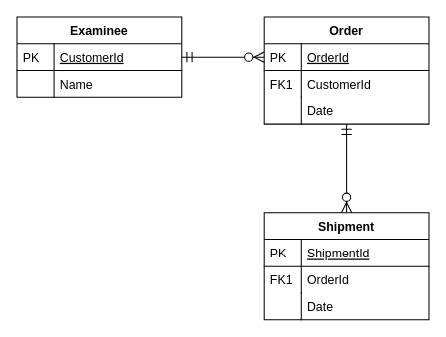
Before: ScoreDB.drawio in lry198010/rbttda, a draw.io diagram. Source tidied: cells renumbered, new cells numbered last; positions are measured from the earlier drawing's top-left corner, leaving out a move shared by most shapes. Both pictures are drawn from the tidied source at 103%, with x=0, y=0 at pixel (16, 16).
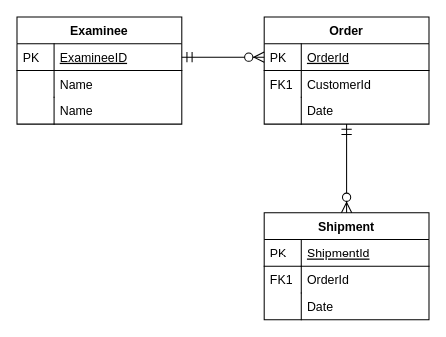
The same diagram, later.

Diff of the diagram source:
```diff
@@
     <mxCell id="2" value="Examinee" style="swimlane;fontStyle=1;horizontal=1;startSize=26;rounded=0;shadow=0;strokeWidth=1;" parent="1" vertex="1">
-      <mxGeometry width="160" height="78" as="geometry" />
+      <mxGeometry width="160" height="104" as="geometry" />
     </mxCell>
-    <mxCell id="3" value="CustomerId" style="shape=partialRectangle;top=0;left=0;right=0;bottom=1;align=left;verticalAlign=top;fillColor=none;spacingLeft=40;spacingRight=4;overflow=hidden;points=[[0,0.5],[1,0.5]];portConstraint=eastwest;rounded=0;shadow=0;strokeWidth=1;fontStyle=4;" parent="2" vertex="1">
+    <mxCell id="3" value="ExamineeID" style="shape=partialRectangle;top=0;left=0;right=0;bottom=1;align=left;verticalAlign=top;fillColor=none;spacingLeft=40;spacingRight=4;overflow=hidden;points=[[0,0.5],[1,0.5]];portConstraint=eastwest;rounded=0;shadow=0;strokeWidth=1;fontStyle=4;" parent="2" vertex="1">
       <mxGeometry y="26" width="160" height="26" as="geometry" />
     </mxCell>
@@
+    <mxCell id="23" value="Name" style="shape=partialRectangle;top=0;left=0;right=0;bottom=0;align=left;verticalAlign=top;fillColor=none;spacingLeft=40;spacingRight=4;overflow=hidden;rounded=0;shadow=0;strokeWidth=1;" parent="2" vertex="1">
+      <mxGeometry y="78" width="160" height="26" as="geometry" />
+    </mxCell>
+    <mxCell id="24" style="shape=partialRectangle;top=0;left=0;bottom=0;fillColor=none;align=left;verticalAlign=top;spacingLeft=4;spacingRight=4;overflow=hidden;" parent="23" vertex="1">
+      <mxGeometry width="36" height="26" as="geometry" />
+    </mxCell>
```
